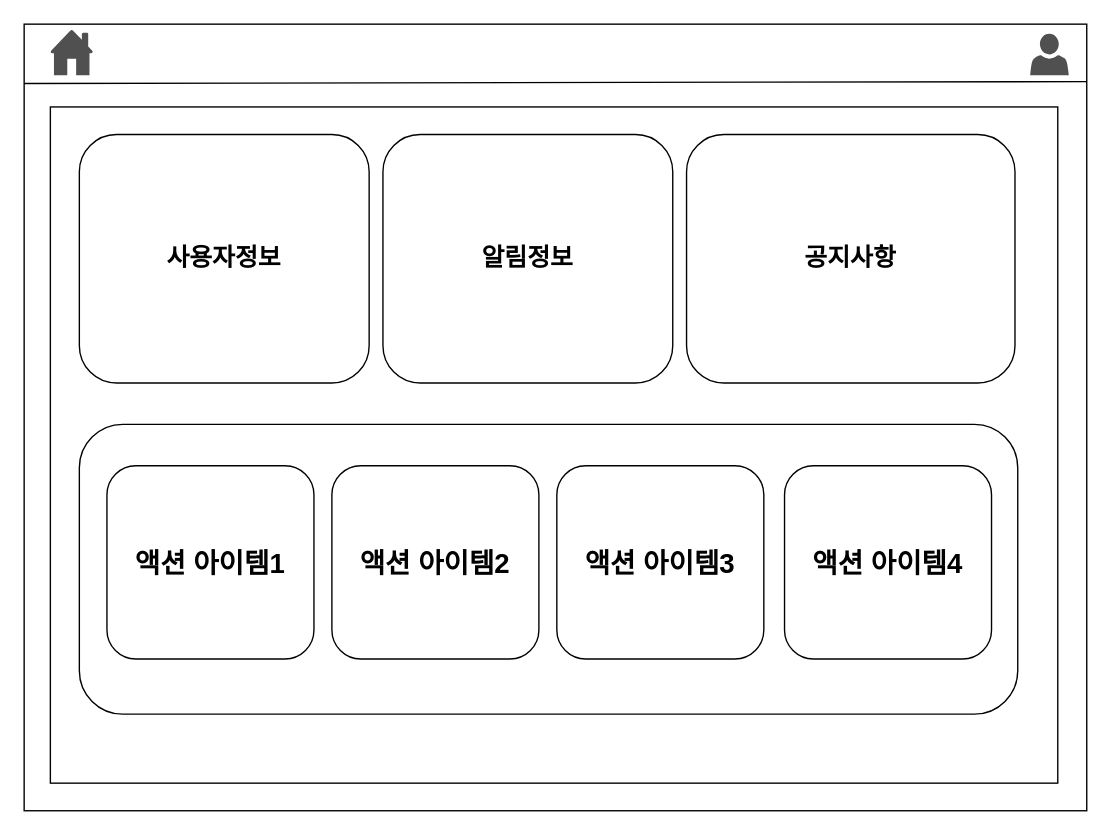
Earlier version of the draw.io diagram page "페이지-23" (23 of 23) of Untitled Diagram.drawio (nodeman/Kubernetes). Source tidied: cells renumbered, new cells numbered last; positions are measured from the earlier drawing's top-left corner, leaving out a move shared by most shapes. Both pictures are drawn from the tidied source at 138%, with x=0, y=0 at pixel (23, 23).
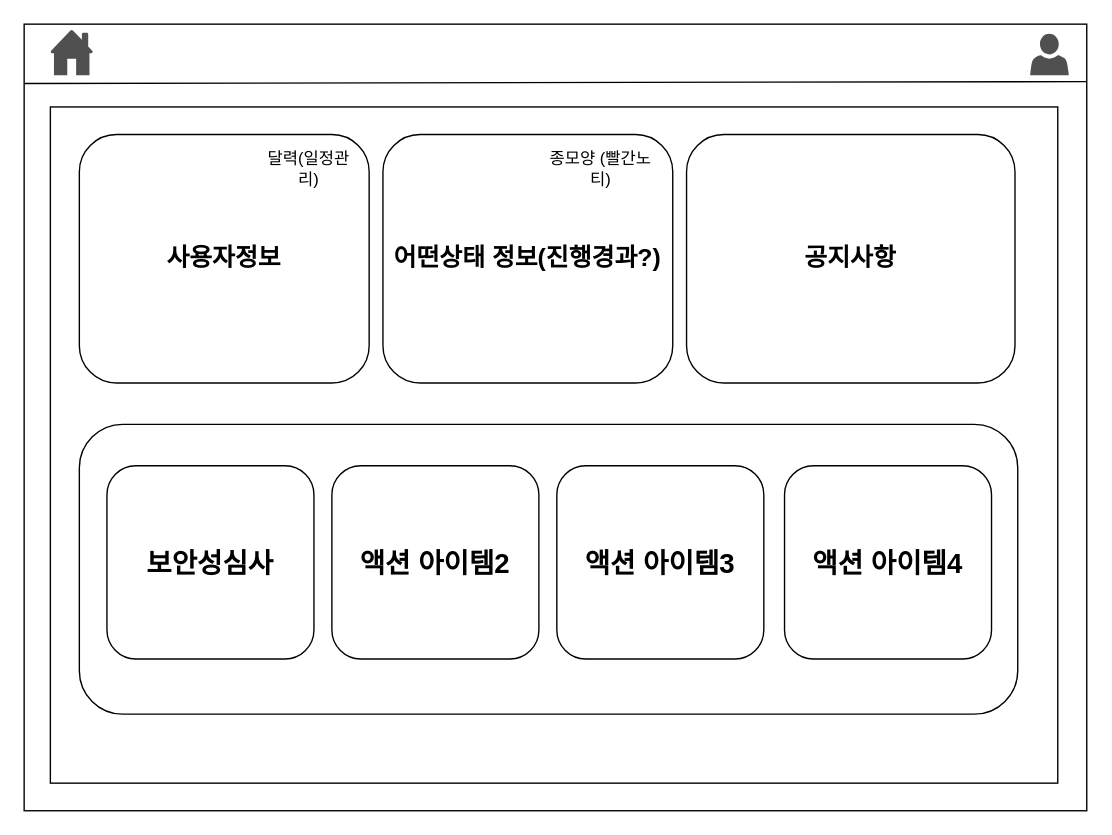
Above is the later version.

The edit, as a diff of the source:
```diff
@@
 <mxGraphModel>
   <root>
     <mxCell id="0" />
     <mxCell id="1" parent="0" />
     <mxCell id="2" style="rounded=0;whiteSpace=wrap;html=1;" parent="1" vertex="1">
       <mxGeometry width="770" height="570" as="geometry" />
     </mxCell>
     <mxCell id="3" style="endArrow=none;html=1;rounded=0;entryX=1;entryY=0.073;entryDx=0;entryDy=0;entryPerimeter=0;" parent="1" edge="1" target="2">
       <mxGeometry relative="1" as="geometry">
         <mxPoint y="43" as="sourcePoint" />
       </mxGeometry>
     </mxCell>
     <mxCell id="4" style="rounded=0;whiteSpace=wrap;html=1;" parent="1" vertex="1">
       <mxGeometry x="19" y="60" width="730" height="490" as="geometry" />
     </mxCell>
     <mxCell id="5" value="&lt;font style=&quot;font-size: 18px;&quot;&gt;&lt;b&gt;사용자정보&lt;/b&gt;&lt;/font&gt;" style="rounded=1;whiteSpace=wrap;html=1;" parent="1" vertex="1">
       <mxGeometry x="40" y="80" width="210" height="180" as="geometry" />
     </mxCell>
     <mxCell id="6" value="&lt;font style=&quot;font-size: 18px;&quot;&gt;&lt;b&gt;공지사항&lt;/b&gt;&lt;/font&gt;" style="rounded=1;whiteSpace=wrap;html=1;" parent="1" vertex="1">
       <mxGeometry x="480" y="80" width="238" height="180" as="geometry" />
     </mxCell>
     <mxCell id="7" style="rounded=1;whiteSpace=wrap;html=1;" parent="1" vertex="1">
       <mxGeometry x="40" y="290" width="680" height="210" as="geometry" />
     </mxCell>
-    <mxCell id="8" value="&lt;b style=&quot;border-color: var(--border-color); font-size: 20px;&quot;&gt;액션 아이템1&lt;/b&gt;" style="rounded=1;whiteSpace=wrap;html=1;" parent="1" vertex="1">
+    <mxCell id="8" value="&lt;b style=&quot;border-color: var(--border-color); font-size: 20px;&quot;&gt;보안성심사&lt;/b&gt;" style="rounded=1;whiteSpace=wrap;html=1;" parent="1" vertex="1">
       <mxGeometry x="60" y="320" width="150" height="140" as="geometry" />
     </mxCell>
     <mxCell id="9" value="&lt;b style=&quot;border-color: var(--border-color); font-size: 20px;&quot;&gt;액션 아이템2&lt;/b&gt;" style="rounded=1;whiteSpace=wrap;html=1;fontStyle=1;" parent="1" vertex="1">
       <mxGeometry x="223" y="320" width="150" height="140" as="geometry" />
     </mxCell>
     <mxCell id="10" value="&lt;font style=&quot;font-size: 20px;&quot;&gt;&lt;b&gt;액션 아이템3&lt;/b&gt;&lt;/font&gt;" style="rounded=1;whiteSpace=wrap;html=1;" parent="1" vertex="1">
       <mxGeometry x="386" y="320" width="150" height="140" as="geometry" />
     </mxCell>
     <mxCell id="11" value="&lt;b style=&quot;border-color: var(--border-color); font-size: 20px;&quot;&gt;액션 아이템4&lt;/b&gt;" style="rounded=1;whiteSpace=wrap;html=1;" parent="1" vertex="1">
       <mxGeometry x="551" y="320" width="150" height="140" as="geometry" />
     </mxCell>
     <mxCell id="12" style="sketch=0;shadow=0;dashed=0;html=1;strokeColor=none;fillColor=#505050;labelPosition=center;verticalLabelPosition=bottom;verticalAlign=top;align=center;shape=mxgraph.office.users.user;" parent="1" vertex="1">
       <mxGeometry x="729" y="7" width="28" height="30" as="geometry" />
     </mxCell>
     <mxCell id="13" style="sketch=0;shadow=0;dashed=0;html=1;strokeColor=none;fillColor=#505050;labelPosition=center;verticalLabelPosition=bottom;verticalAlign=top;align=center;shape=mxgraph.office.concepts.home;" parent="1" vertex="1">
       <mxGeometry x="19" y="4" width="31" height="33" as="geometry" />
     </mxCell>
-    <mxCell id="14" value="&lt;span style=&quot;font-size: 18px;&quot;&gt;&lt;b&gt;알림정보&lt;/b&gt;&lt;/span&gt;" style="rounded=1;whiteSpace=wrap;html=1;" parent="1" vertex="1">
+    <mxCell id="14" value="&lt;span style=&quot;font-size: 18px;&quot;&gt;&lt;b&gt;어떤상태 정보(진행경과?)&lt;/b&gt;&lt;/span&gt;" style="rounded=1;whiteSpace=wrap;html=1;" parent="1" vertex="1">
       <mxGeometry x="260" y="80" width="210" height="180" as="geometry" />
     </mxCell>
+    <mxCell id="15" value="종모양 (빨간노티)" style="text;html=1;strokeColor=none;fillColor=none;align=center;verticalAlign=middle;whiteSpace=wrap;rounded=0;" parent="1" vertex="1">
+      <mxGeometry x="373" y="90" width="90" height="30" as="geometry" />
+    </mxCell>
+    <mxCell id="16" value="달력(일정관리)" style="text;html=1;strokeColor=none;fillColor=none;align=center;verticalAlign=middle;whiteSpace=wrap;rounded=0;" parent="1" vertex="1">
+      <mxGeometry x="170" y="90" width="73" height="30" as="geometry" />
+    </mxCell>
   </root>
 </mxGraphModel>
```
